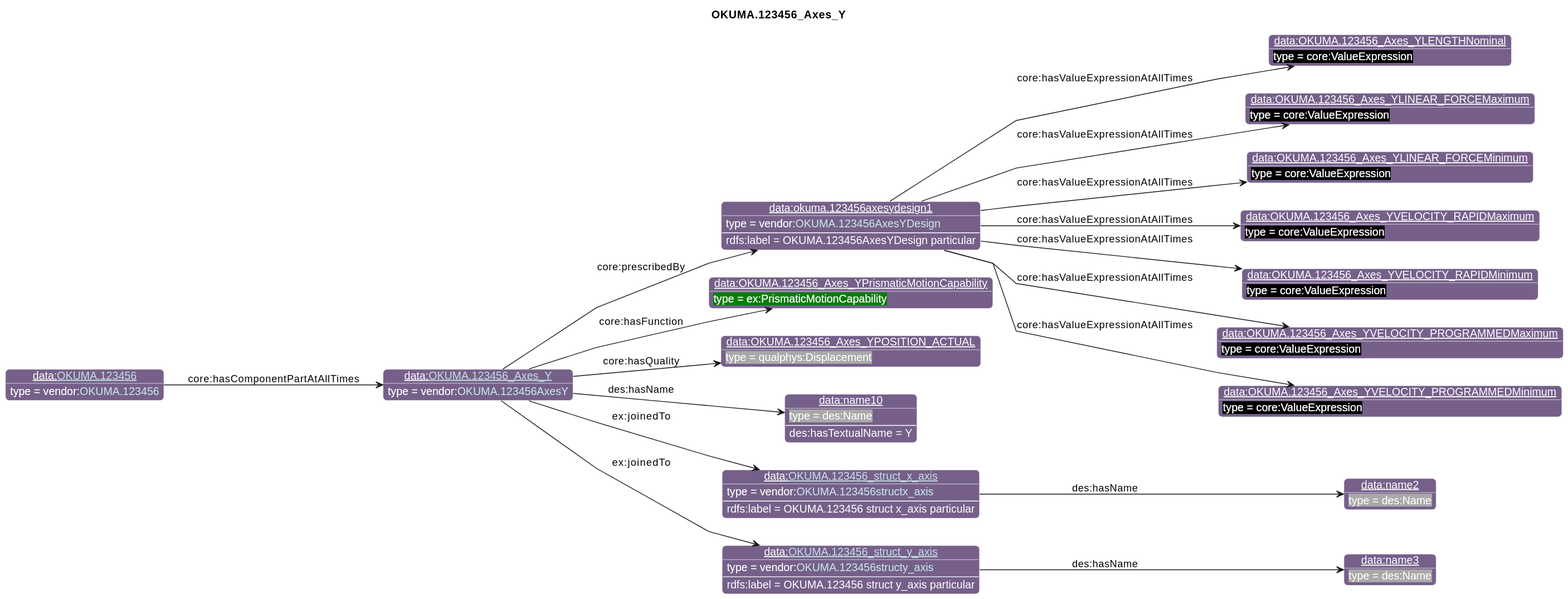
The PlantUML diagram diagrams/OKUMA.123456_Axes_Y.svg in iofoundry/example-syseng-mtconnect, before a commit.
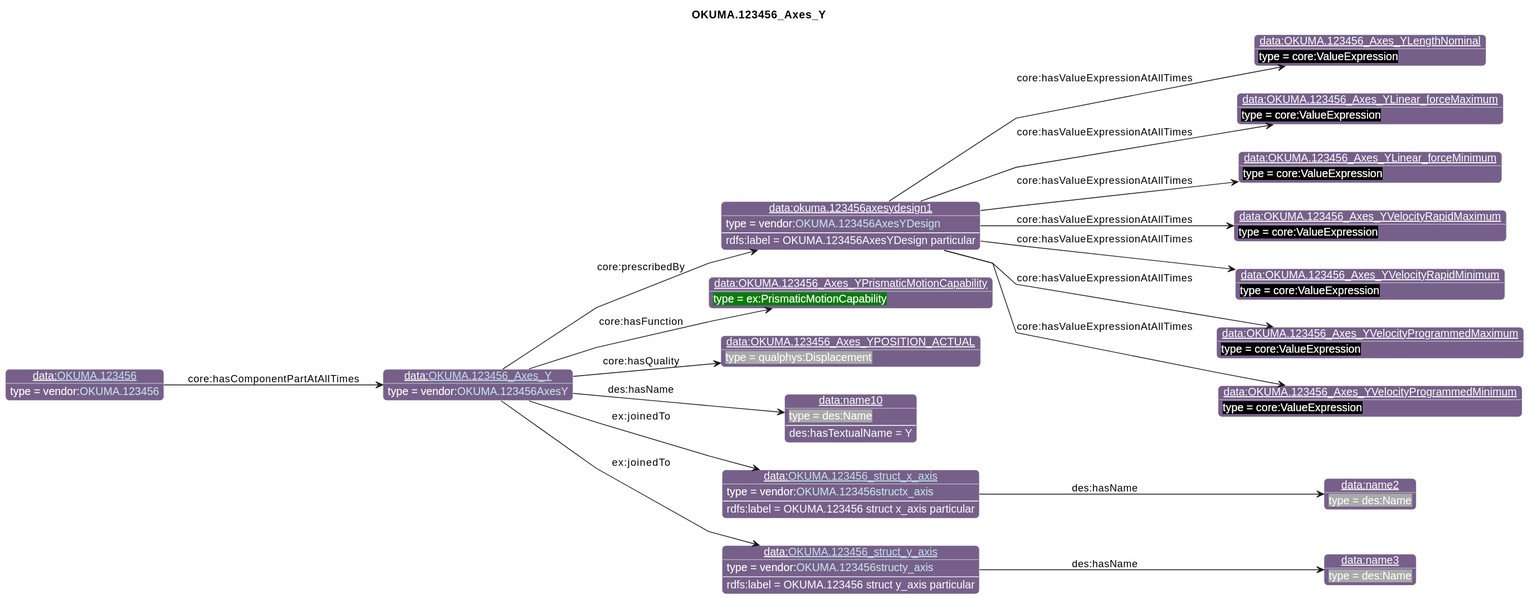
The same diagram one commit later.

Diff of the diagram source:
```diff
@@ -27,13 +27,13 @@
       }
 individual(o0, data:[[./OKUMA.123456_Axes_Y.html OKUMA.123456_Axes_Y]], vendor:[[../OKUMA.html#OKUMA.123456AxesY OKUMA.123456AxesY]])
 individual(o1, data:okuma.123456axesydesign1, vendor:[[../OKUMA.html#OKUMA.123456AxesYDesign OKUMA.123456AxesYDesign]])
-individual(o2, data:OKUMA.123456_Axes_YLENGTHNominal, core:ValueExpression)
-individual(o3, data:OKUMA.123456_Axes_YLINEAR_FORCEMaximum, core:ValueExpression)
-individual(o4, data:OKUMA.123456_Axes_YLINEAR_FORCEMinimum, core:ValueExpression)
-individual(o5, data:OKUMA.123456_Axes_YVELOCITY_RAPIDMaximum, core:ValueExpression)
-individual(o6, data:OKUMA.123456_Axes_YVELOCITY_RAPIDMinimum, core:ValueExpression)
-individual(o7, data:OKUMA.123456_Axes_YVELOCITY_PROGRAMMEDMaximum, core:ValueExpression)
-individual(o8, data:OKUMA.123456_Axes_YVELOCITY_PROGRAMMEDMinimum, core:ValueExpression)
+individual(o2, data:OKUMA.123456_Axes_YLengthNominal, core:ValueExpression)
+individual(o3, data:OKUMA.123456_Axes_YLinear_forceMaximum, core:ValueExpression)
+individual(o4, data:OKUMA.123456_Axes_YLinear_forceMinimum, core:ValueExpression)
+individual(o5, data:OKUMA.123456_Axes_YVelocityRapidMaximum, core:ValueExpression)
+individual(o6, data:OKUMA.123456_Axes_YVelocityRapidMinimum, core:ValueExpression)
+individual(o7, data:OKUMA.123456_Axes_YVelocityProgrammedMaximum, core:ValueExpression)
+individual(o8, data:OKUMA.123456_Axes_YVelocityProgrammedMinimum, core:ValueExpression)
 individual(o9, data:OKUMA.123456_Axes_YPrismaticMotionCapability, ex:PrismaticMotionCapability)
 individual(o10, data:OKUMA.123456_Axes_YPOSITION_ACTUAL, qualphys:Displacement)
 individual(o11, data:name10, des:Name)
```
